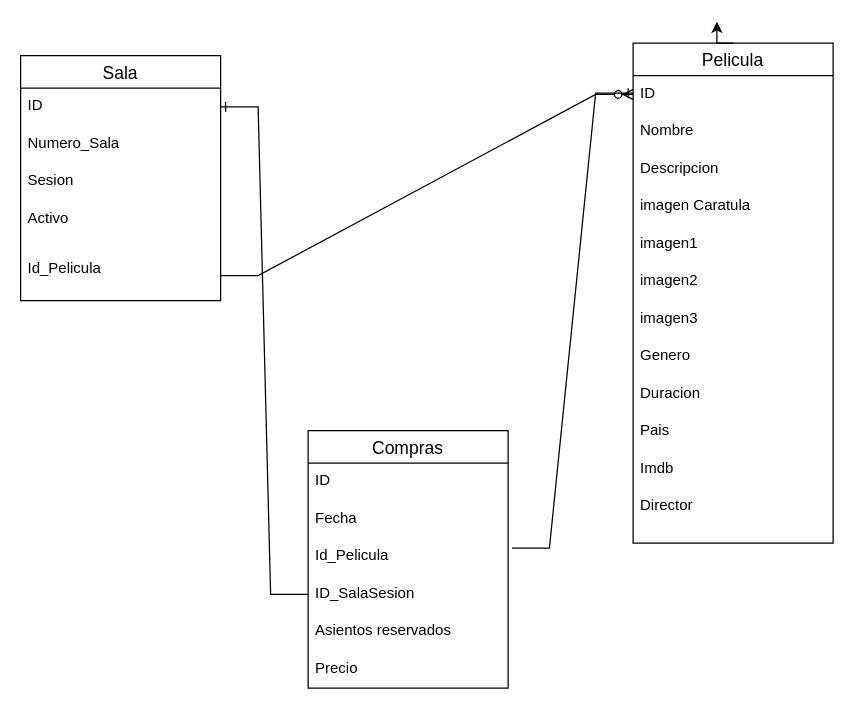
jmanzana1/upgradeProyectoFinal keeps this draw.io diagram as baseDeDatos.drawio. Above is the earlier version. Source tidied: cells renumbered, new cells numbered last; positions are measured from the earlier drawing's top-left corner, leaving out a move shared by most shapes. Both pictures are drawn from the tidied source at 125%, with x=0, y=0 at pixel (20, 42).
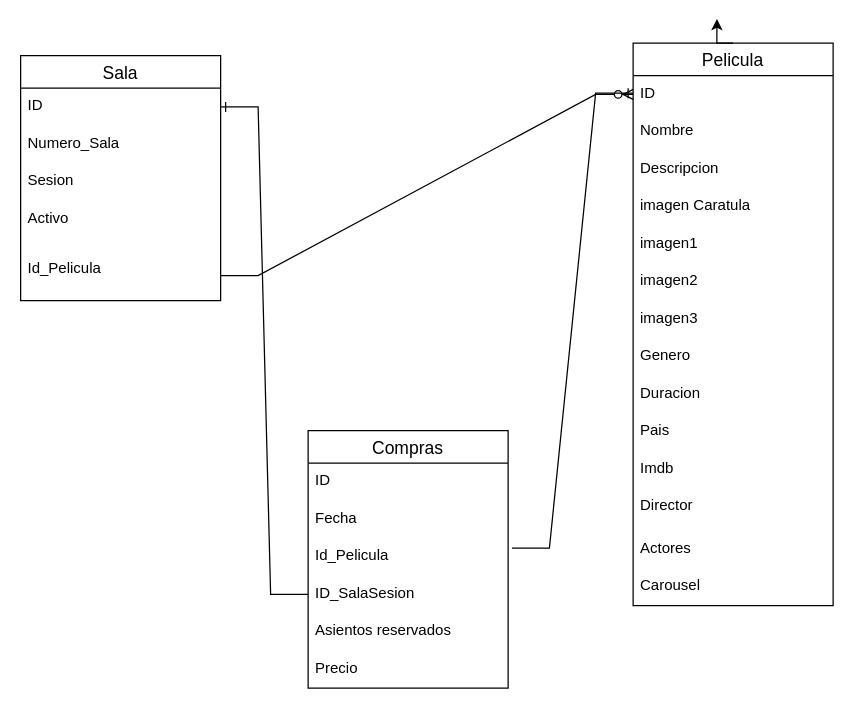
After the change.

Commit message:
campos pelis

Diff of the diagram source:
```diff
@@
     <mxCell id="8" value="Pelicula" style="swimlane;fontStyle=0;horizontal=1;startSize=26;align=center;fontSize=14;" parent="1" vertex="1">
-      <mxGeometry x="490" width="160" height="400" as="geometry" />
+      <mxGeometry x="490" width="160" height="450" as="geometry" />
     </mxCell>
@@
     <mxCell id="20" value="Director" style="text;strokeColor=none;fillColor=none;spacingLeft=4;spacingRight=4;overflow=hidden;fontSize=12;" parent="8" vertex="1">
-      <mxGeometry y="356" width="160" height="44" as="geometry" />
+      <mxGeometry y="356" width="160" height="34" as="geometry" />
     </mxCell>
+    <mxCell id="32" value="Actores" style="text;strokeColor=none;fillColor=none;spacingLeft=4;spacingRight=4;overflow=hidden;fontSize=12;" parent="8" vertex="1">
+      <mxGeometry y="390" width="160" height="30" as="geometry" />
+    </mxCell>
+    <mxCell id="33" value="Carousel" style="text;strokeColor=none;fillColor=none;spacingLeft=4;spacingRight=4;overflow=hidden;fontSize=12;" parent="8" vertex="1">
+      <mxGeometry y="420" width="160" height="30" as="geometry" />
+    </mxCell>
```
